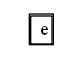
oscarc99/EDD_DIC_2019_PY2_201709140- keeps this Graphviz diagram as build/classes/Imagenes/Cola6.png. Above is the earlier version. Its source is kept beside it as build/classes/Imagenes/Cola6.dot. Source of this version:
```dot
digraph G {
  node [shape = name];
  2[label=  <<table border= "1 " cellspacing= " 0 "><tr>
<td> e</td> </tr>
</table>>  shape = none ];
 }
```
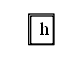
The same diagram one commit later.

Change to the diagram source:
```diff
@@ -1,6 +1,6 @@
 digraph G {
   node [shape = name];
   2[label=  <<table border= "1 " cellspacing= " 0 "><tr>
-<td> e</td> </tr>
+<td> h</td> </tr>
 </table>>  shape = none ];
  }
```
